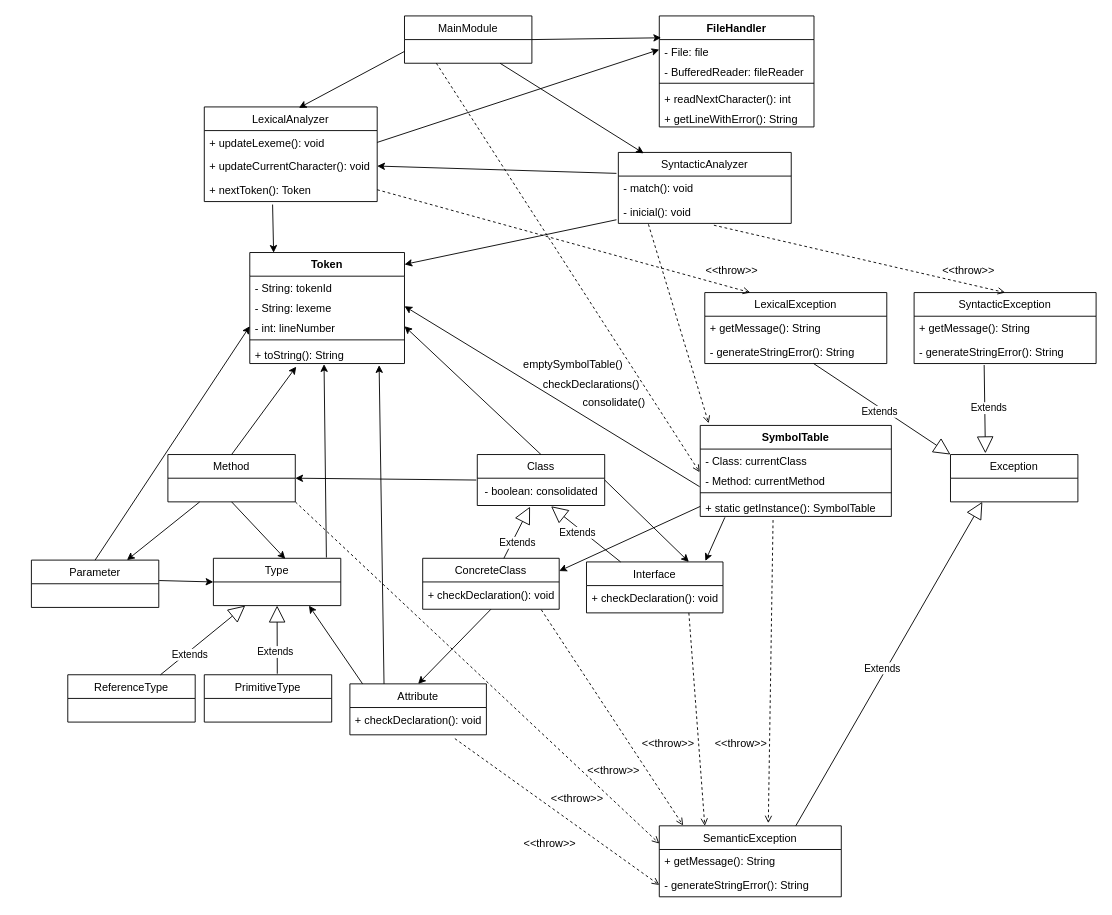
Earlier version of the draw.io diagram CeI - Diagrama de clases etapa 1 .drawio (andresaguilar8/Compilador). Source tidied: cells renumbered, new cells numbered last; positions are measured from the earlier drawing's top-left corner, leaving out a move shared by most shapes. Both pictures are drawn from the tidied source at 91%, with x=0, y=0 at pixel (31, 15).
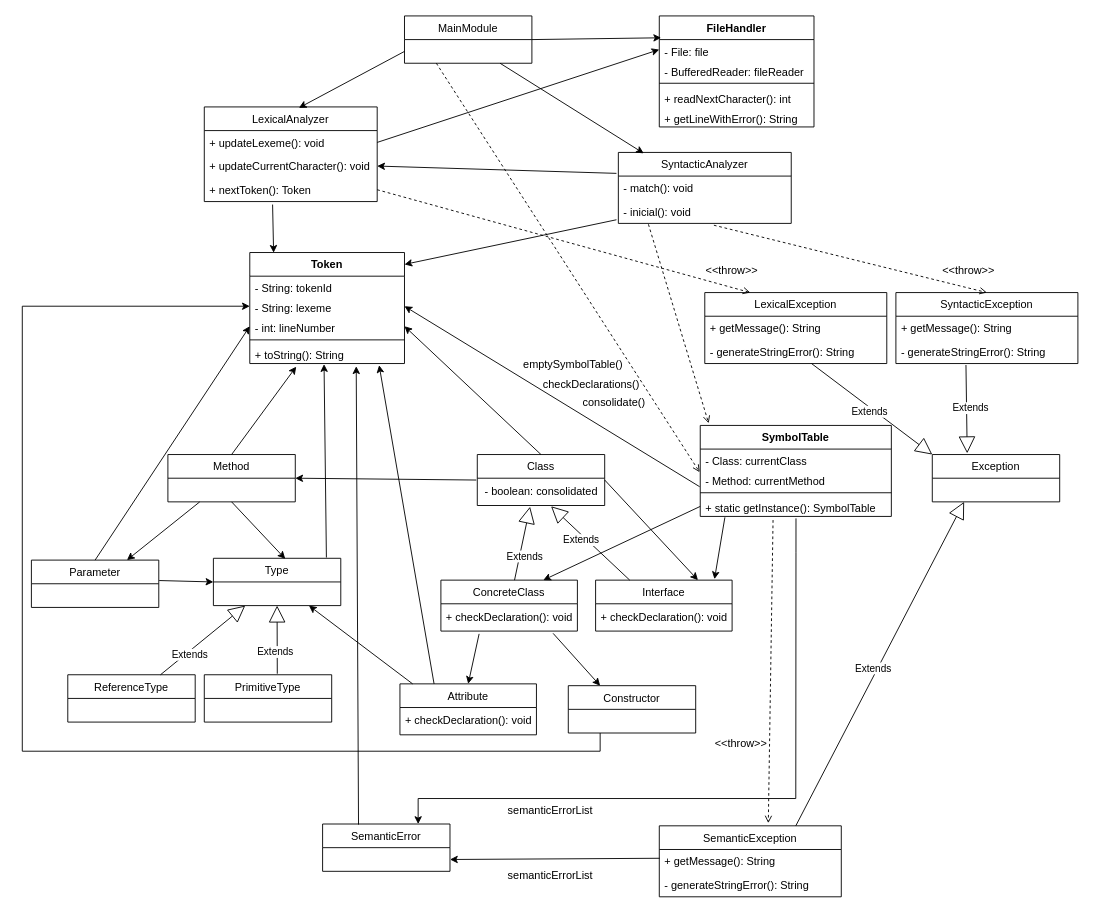
After the change.

Commit message (it also covers changes not shown here):
creo que terminada etapa 3

Unchanged cells that the change refers to:
```xml
<mxCell id="12" value="- String: lexeme" style="text;strokeColor=none;fillColor=none;align=left;verticalAlign=top;spacingLeft=4;spacingRight=4;overflow=hidden;points=[[0,0.5],[1,0.5]];portConstraint=eastwest;" parent="10" vertex="1">
  <mxGeometry y="48" width="170" height="22" as="geometry" />
</mxCell>
<mxCell id="15" value="+ toString(): String" style="text;strokeColor=none;fillColor=none;align=left;verticalAlign=top;spacingLeft=4;spacingRight=4;overflow=hidden;points=[[0,0.5],[1,0.5]];portConstraint=eastwest;" parent="10" vertex="1">
  <mxGeometry y="100" width="170" height="22" as="geometry" />
</mxCell>
<mxCell id="43" value="+ checkDeclaration(): void" style="text;html=1;align=center;verticalAlign=middle;points=[];strokeColor=none;fillColor=none;" parent="42" vertex="1">
  <mxGeometry y="26" width="150" height="30" as="geometry" />
</mxCell>
<mxCell id="45" value="+ checkDeclaration(): void" style="text;html=1;align=center;verticalAlign=middle;points=[];strokeColor=none;fillColor=none;" parent="44" vertex="1">
  <mxGeometry y="26" width="150" height="30" as="geometry" />
</mxCell>
<mxCell id="61" value="Method" style="swimlane;fontStyle=0;horizontal=1;startSize=26;fillColor=none;" parent="1" vertex="1">
  <mxGeometry x="150" y="482" width="140" height="52" as="geometry" />
</mxCell>
<mxCell id="64" value="SemanticException" style="swimlane;fontStyle=0;horizontal=1;startSize=26;fillColor=none;" parent="1" vertex="1">
  <mxGeometry x="690" y="890" width="200" height="78" as="geometry" />
</mxCell>
<mxCell id="65" value="+ getMessage(): String" style="text;strokeColor=none;fillColor=none;align=left;verticalAlign=top;spacingLeft=4;spacingRight=4;overflow=hidden;points=[[0,0.5],[1,0.5]];portConstraint=eastwest;" parent="64" vertex="1">
  <mxGeometry y="26" width="200" height="26" as="geometry" />
</mxCell>
<mxCell id="66" value="- generateStringError(): String" style="text;strokeColor=none;fillColor=none;align=left;verticalAlign=top;spacingLeft=4;spacingRight=4;overflow=hidden;points=[[0,0.5],[1,0.5]];portConstraint=eastwest;" parent="64" vertex="1">
  <mxGeometry y="52" width="200" height="26" as="geometry" />
</mxCell>
<mxCell id="80" value="+ static getInstance(): SymbolTable" style="text;strokeColor=none;fillColor=none;align=left;verticalAlign=top;spacingLeft=4;spacingRight=4;overflow=hidden;points=[[0,0.5],[1,0.5]];portConstraint=eastwest;" parent="76" vertex="1">
  <mxGeometry y="78" width="210" height="22" as="geometry" />
</mxCell>
```

The edit, as a diff of the source:
```diff
@@
     <mxCell id="17" value="Exception" style="swimlane;fontStyle=0;horizontal=1;startSize=26;fillColor=none;" parent="1" vertex="1">
-      <mxGeometry x="1010" y="482" width="140" height="52" as="geometry" />
+      <mxGeometry x="990" y="482" width="140" height="52" as="geometry" />
     </mxCell>
@@
     <mxCell id="34" value="SyntacticException" style="swimlane;fontStyle=0;horizontal=1;startSize=26;fillColor=none;" parent="1" vertex="1">
-      <mxGeometry x="970" y="304" width="200" height="78" as="geometry" />
+      <mxGeometry x="950" y="304" width="200" height="78" as="geometry" />
     </mxCell>
@@
     <mxCell id="42" value="Attribute" style="swimlane;fontStyle=0;horizontal=1;startSize=26;fillColor=none;" parent="1" vertex="1">
-      <mxGeometry x="350" y="734" width="150" height="56" as="geometry" />
+      <mxGeometry x="405" y="734" width="150" height="56" as="geometry" />
     </mxCell>
@@
     <mxCell id="44" value="ConcreteClass" style="swimlane;fontStyle=0;horizontal=1;startSize=26;fillColor=none;" parent="1" vertex="1">
-      <mxGeometry x="430" y="596" width="150" height="56" as="geometry" />
+      <mxGeometry x="450" y="620" width="150" height="56" as="geometry" />
     </mxCell>
@@
     <mxCell id="46" value="Interface" style="swimlane;fontStyle=0;horizontal=1;startSize=26;fillColor=none;" parent="1" vertex="1">
-      <mxGeometry x="610" y="600" width="150" height="56" as="geometry" />
+      <mxGeometry x="620" y="620" width="150" height="56" as="geometry" />
     </mxCell>
@@
-    <mxCell id="59" style="endArrow=classic;html=1;rounded=0;entryX=0.5;entryY=0;entryDx=0;entryDy=0;exitX=0.5;exitY=1;exitDx=0;exitDy=0;" parent="1" edge="1" source="44" target="42">
+    <mxCell id="59" style="endArrow=classic;html=1;rounded=0;entryX=0.5;entryY=0;entryDx=0;entryDy=0;exitX=0.28;exitY=1.102;exitDx=0;exitDy=0;exitPerimeter=0;" parent="1" edge="1" source="45" target="42">
       <mxGeometry relative="1" as="geometry" />
     </mxCell>
@@
-    <mxCell id="74" style="endArrow=classic;html=1;rounded=0;entryX=1;entryY=0.25;entryDx=0;entryDy=0;exitX=0;exitY=0.5;exitDx=0;exitDy=0;" parent="1" edge="1" source="80" target="44">
+    <mxCell id="74" style="endArrow=classic;html=1;rounded=0;entryX=0.75;entryY=0;entryDx=0;entryDy=0;exitX=0;exitY=0.5;exitDx=0;exitDy=0;" parent="1" edge="1" source="80" target="44">
       <mxGeometry relative="1" as="geometry" />
     </mxCell>
@@
-    <mxCell id="83" value="&amp;lt;&amp;lt;throw&amp;gt;&amp;gt;" style="text;html=1;strokeColor=none;fillColor=none;align=center;verticalAlign=middle;whiteSpace=wrap;rounded=0;" parent="1" vertex="1">
-      <mxGeometry x="550" y="900" width="40" height="20" as="geometry" />
-    </mxCell>
-    <mxCell id="84" style="endArrow=open;dashed=1;html=1;entryX=0;entryY=0.5;entryDx=0;entryDy=0;exitX=0.769;exitY=1.139;exitDx=0;exitDy=0;exitPerimeter=0;" parent="1" edge="1" source="43" target="66">
-      <mxGeometry relative="1" as="geometry" />
-    </mxCell>
-    <mxCell id="85" value="&amp;lt;&amp;lt;throw&amp;gt;&amp;gt;" style="text;html=1;strokeColor=none;fillColor=none;align=center;verticalAlign=middle;whiteSpace=wrap;rounded=0;" parent="1" vertex="1">
-      <mxGeometry x="580" y="850" width="40" height="20" as="geometry" />
-    </mxCell>
-    <mxCell id="86" style="endArrow=open;dashed=1;html=1;entryX=0.131;entryY=-0.005;entryDx=0;entryDy=0;exitX=0.869;exitY=1.02;exitDx=0;exitDy=0;exitPerimeter=0;entryPerimeter=0;" parent="1" edge="1" source="45" target="64">
-      <mxGeometry relative="1" as="geometry" />
-    </mxCell>
-    <mxCell id="87" style="endArrow=open;dashed=1;html=1;entryX=0.25;entryY=0;entryDx=0;entryDy=0;exitX=0.75;exitY=1;exitDx=0;exitDy=0;" parent="1" edge="1" source="46" target="64">
-      <mxGeometry relative="1" as="geometry" />
-    </mxCell>
-    <mxCell id="88" value="&amp;lt;&amp;lt;throw&amp;gt;&amp;gt;" style="text;html=1;strokeColor=none;fillColor=none;align=center;verticalAlign=middle;whiteSpace=wrap;rounded=0;" parent="1" vertex="1">
-      <mxGeometry x="620" y="820" width="40" height="20" as="geometry" />
-    </mxCell>
-    <mxCell id="89" style="endArrow=open;dashed=1;html=1;entryX=0;entryY=0.25;entryDx=0;entryDy=0;exitX=1;exitY=1;exitDx=0;exitDy=0;" parent="1" edge="1" source="61" target="64">
-      <mxGeometry relative="1" as="geometry" />
-    </mxCell>
-    <mxCell id="90" value="&amp;lt;&amp;lt;throw&amp;gt;&amp;gt;" style="text;html=1;strokeColor=none;fillColor=none;align=center;verticalAlign=middle;whiteSpace=wrap;rounded=0;" parent="1" vertex="1">
-      <mxGeometry x="680" y="790" width="40" height="20" as="geometry" />
-    </mxCell>
@@
+    <mxCell id="98" style="edgeStyle=orthogonalEdgeStyle;rounded=0;jettySize=auto;html=1;exitX=0.25;exitY=1;exitDx=0;exitDy=0;entryX=0;entryY=0.5;entryDx=0;entryDy=0;" parent="1" edge="1" source="99" target="12">
+      <mxGeometry relative="1" as="geometry">
+        <Array as="points">
+          <mxPoint x="625" y="808" />
+          <mxPoint x="-10" y="808" />
+          <mxPoint x="-10" y="319" />
+        </Array>
+      </mxGeometry>
+    </mxCell>
+    <mxCell id="99" value="Constructor" style="swimlane;fontStyle=0;horizontal=1;startSize=26;fillColor=none;" parent="1" vertex="1">
+      <mxGeometry x="590" y="736" width="140" height="52" as="geometry" />
+    </mxCell>
+    <mxCell id="100" value="SemanticError" style="swimlane;fontStyle=0;horizontal=1;startSize=26;fillColor=none;" parent="1" vertex="1">
+      <mxGeometry x="320" y="888" width="140" height="52" as="geometry" />
+    </mxCell>
+    <mxCell id="101" style="endArrow=classic;html=1;rounded=0;entryX=0.688;entryY=1.136;entryDx=0;entryDy=0;entryPerimeter=0;exitX=0.282;exitY=0.013;exitDx=0;exitDy=0;exitPerimeter=0;" parent="1" edge="1" source="100" target="15">
+      <mxGeometry relative="1" as="geometry" />
+    </mxCell>
+    <mxCell id="102" style="endArrow=classic;html=1;rounded=0;entryX=0.25;entryY=0;entryDx=0;entryDy=0;exitX=0.822;exitY=1.083;exitDx=0;exitDy=0;exitPerimeter=0;" parent="1" edge="1" source="45" target="99">
+      <mxGeometry relative="1" as="geometry" />
+    </mxCell>
+    <mxCell id="103" style="endArrow=classic;html=1;rounded=0;entryX=1;entryY=0.75;entryDx=0;entryDy=0;exitX=0.002;exitY=0.371;exitDx=0;exitDy=0;exitPerimeter=0;" parent="1" edge="1" source="65" target="100">
+      <mxGeometry relative="1" as="geometry" />
+    </mxCell>
+    <mxCell id="104" value="semanticErrorList" style="text;html=1;align=center;verticalAlign=middle;strokeColor=none;fillColor=none;" parent="1" vertex="1">
+      <mxGeometry x="510" y="930" width="120" height="30" as="geometry" />
+    </mxCell>
+    <mxCell id="105" style="edgeStyle=orthogonalEdgeStyle;rounded=0;jettySize=auto;html=1;entryX=0.75;entryY=0;entryDx=0;entryDy=0;exitX=0.501;exitY=1.098;exitDx=0;exitDy=0;exitPerimeter=0;" parent="1" edge="1" source="80" target="100">
+      <mxGeometry relative="1" as="geometry">
+        <Array as="points">
+          <mxPoint x="840" y="590" />
+          <mxPoint x="840" y="860" />
+          <mxPoint x="425" y="860" />
+        </Array>
+      </mxGeometry>
+    </mxCell>
+    <mxCell id="106" value="semanticErrorList" style="text;html=1;align=center;verticalAlign=middle;strokeColor=none;fillColor=none;" parent="1" vertex="1">
+      <mxGeometry x="510" y="858" width="120" height="30" as="geometry" />
+    </mxCell>
```
